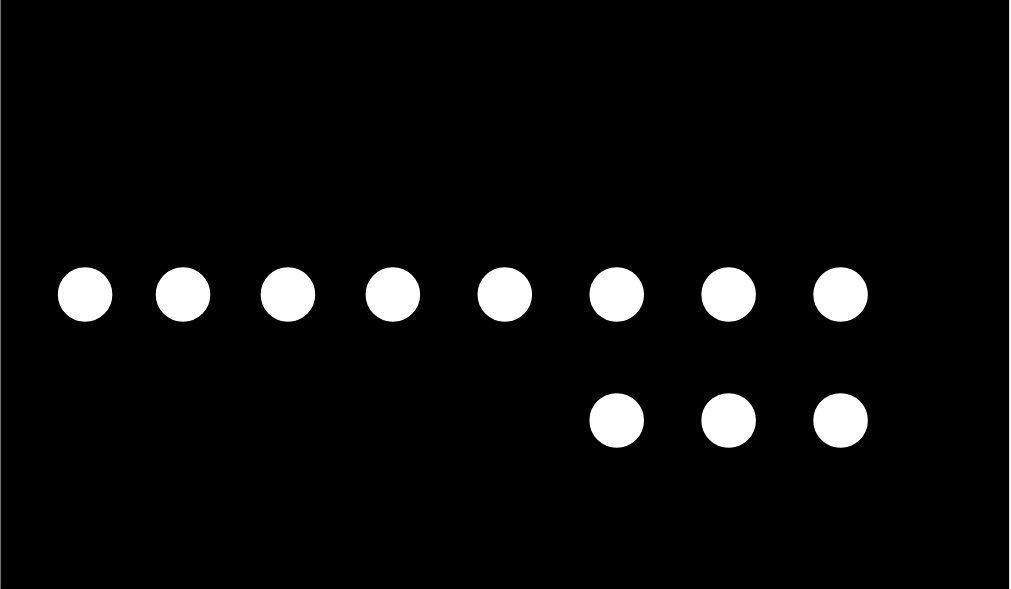
Before: misc/correct-loop.drawio.svg, a diagram exported from draw.io (jypjypjypjyp/lvio_fusion). Source tidied: cells renumbered, new cells last; positions are measured from the earlier drawing's top-left corner, leaving out a move shared by most shapes.
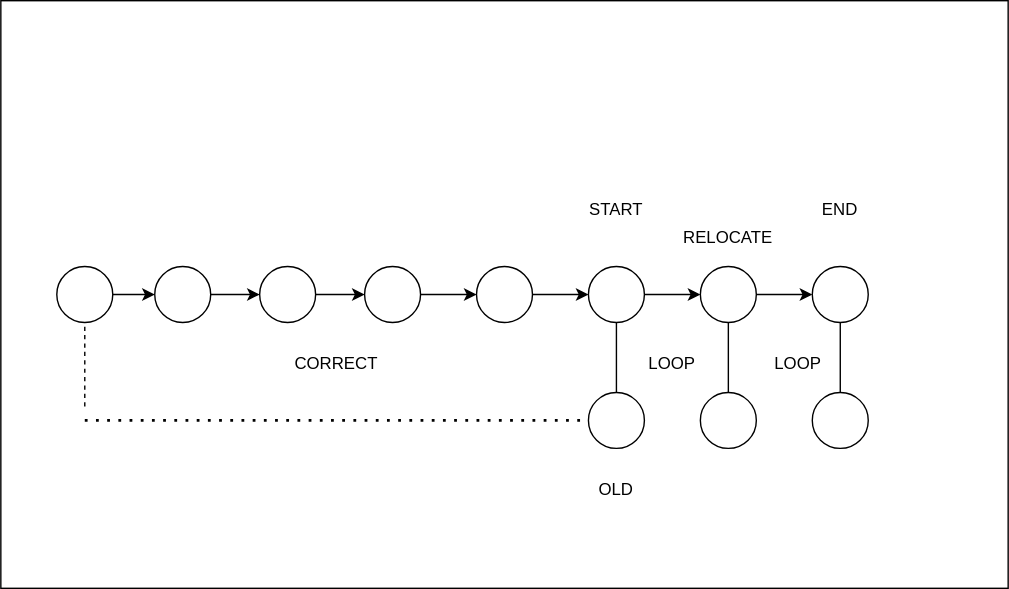
Later version of the same file.

Change to the diagram source:
```diff
@@ -2,7 +2,7 @@
   <root>
     <mxCell id="0" />
     <mxCell id="1" parent="0" />
-    <mxCell id="2" style="rounded=0;whiteSpace=wrap;html=1;fillColor=#000000;" parent="1" vertex="1">
+    <mxCell id="2" style="rounded=0;whiteSpace=wrap;html=1;" parent="1" vertex="1">
       <mxGeometry width="720" height="420" as="geometry" />
     </mxCell>
     <mxCell id="3" style="edgeStyle=orthogonalEdgeStyle;rounded=0;jettySize=auto;html=1;" parent="1" edge="1" source="4" target="6">
@@ -68,19 +68,19 @@
     <mxCell id="23" style="endArrow=none;html=1;entryX=0.5;entryY=1;entryDx=0;entryDy=0;exitX=0.5;exitY=0;exitDx=0;exitDy=0;" parent="1" edge="1" source="22" target="21">
       <mxGeometry relative="1" as="geometry" />
     </mxCell>
-    <mxCell id="24" value="LOOP" style="text;html=1;strokeColor=none;fillColor=none;align=center;verticalAlign=middle;whiteSpace=wrap;rounded=0;" parent="1" vertex="1">
+    <mxCell id="24" value="LOOP" style="text;html=1;align=center;verticalAlign=middle;whiteSpace=wrap;rounded=0;" parent="1" vertex="1">
       <mxGeometry x="460" y="250" width="40" height="20" as="geometry" />
     </mxCell>
-    <mxCell id="25" value="LOOP" style="text;html=1;strokeColor=none;fillColor=none;align=center;verticalAlign=middle;whiteSpace=wrap;rounded=0;" parent="1" vertex="1">
+    <mxCell id="25" value="LOOP" style="text;html=1;align=center;verticalAlign=middle;whiteSpace=wrap;rounded=0;" parent="1" vertex="1">
       <mxGeometry x="550" y="250" width="40" height="20" as="geometry" />
     </mxCell>
-    <mxCell id="26" value="OLD" style="text;html=1;strokeColor=none;fillColor=none;align=center;verticalAlign=middle;whiteSpace=wrap;rounded=0;" parent="1" vertex="1">
+    <mxCell id="26" value="OLD" style="text;html=1;align=center;verticalAlign=middle;whiteSpace=wrap;rounded=0;" parent="1" vertex="1">
       <mxGeometry x="420" y="340" width="40" height="20" as="geometry" />
     </mxCell>
-    <mxCell id="27" value="START" style="text;html=1;strokeColor=none;fillColor=none;align=center;verticalAlign=middle;whiteSpace=wrap;rounded=0;" parent="1" vertex="1">
+    <mxCell id="27" value="START" style="text;html=1;align=center;verticalAlign=middle;whiteSpace=wrap;rounded=0;" parent="1" vertex="1">
       <mxGeometry x="420" y="140" width="40" height="20" as="geometry" />
     </mxCell>
-    <mxCell id="28" value="END" style="text;html=1;strokeColor=none;fillColor=none;align=center;verticalAlign=middle;whiteSpace=wrap;rounded=0;" parent="1" vertex="1">
+    <mxCell id="28" value="END" style="text;html=1;align=center;verticalAlign=middle;whiteSpace=wrap;rounded=0;" parent="1" vertex="1">
       <mxGeometry x="580" y="140" width="40" height="20" as="geometry" />
     </mxCell>
     <mxCell id="29" style="endArrow=none;dashed=1;html=1;entryX=0.5;entryY=1;entryDx=0;entryDy=0;" parent="1" edge="1" target="4">
@@ -93,10 +93,10 @@
         <mxPoint x="60" y="300" as="sourcePoint" />
       </mxGeometry>
     </mxCell>
-    <mxCell id="31" value="CORRECT" style="text;html=1;strokeColor=none;fillColor=none;align=center;verticalAlign=middle;whiteSpace=wrap;rounded=0;" parent="1" vertex="1">
+    <mxCell id="31" value="CORRECT" style="text;html=1;align=center;verticalAlign=middle;whiteSpace=wrap;rounded=0;" parent="1" vertex="1">
       <mxGeometry x="220" y="250" width="40" height="20" as="geometry" />
     </mxCell>
-    <mxCell id="32" value="RELOCATE" style="text;html=1;strokeColor=none;fillColor=none;align=center;verticalAlign=middle;whiteSpace=wrap;rounded=0;" parent="1" vertex="1">
+    <mxCell id="32" value="RELOCATE" style="text;html=1;align=center;verticalAlign=middle;whiteSpace=wrap;rounded=0;" parent="1" vertex="1">
       <mxGeometry x="500" y="160" width="40" height="20" as="geometry" />
     </mxCell>
   </root>
```
